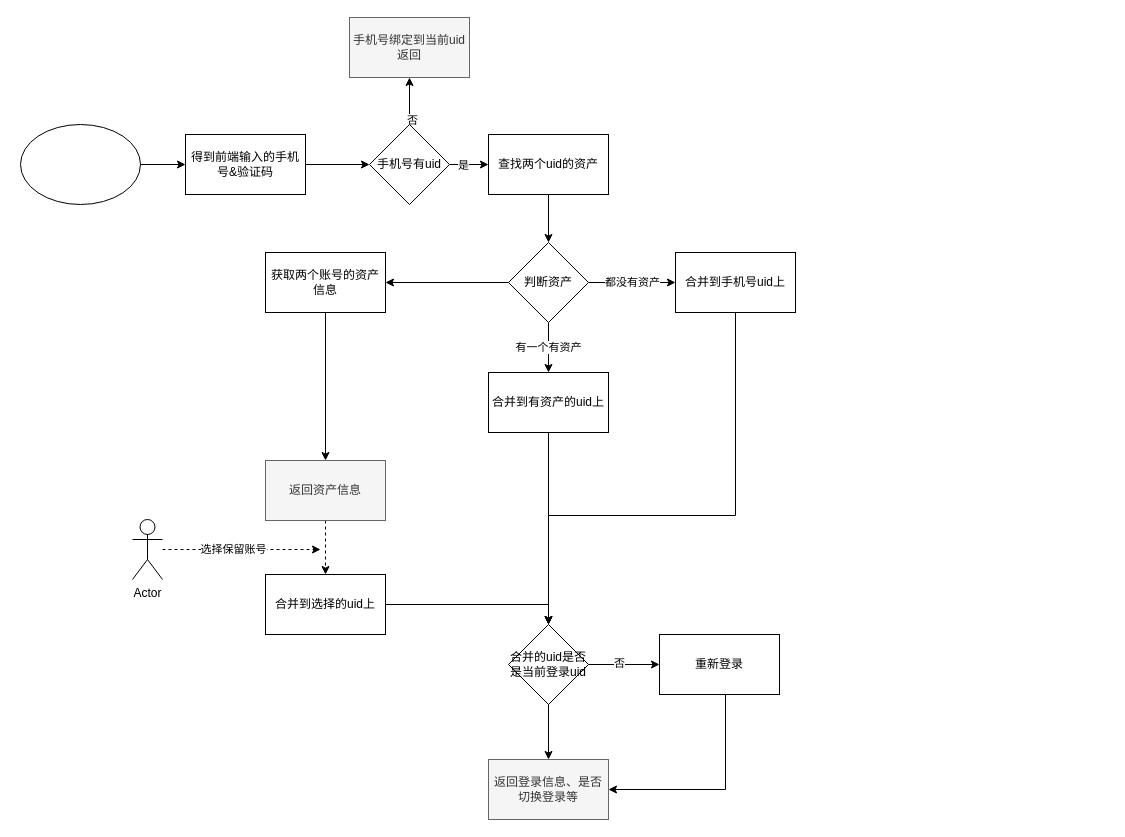
The draw.io diagram page "账号合并-微信登录态绑定手机" (7 of 9) of test.drawio in joeytang/imgs, before the edit. Source tidied: cells renumbered, new cells numbered last; positions are measured from the earlier drawing's top-left corner, leaving out a move shared by most shapes. Both pictures are drawn from the tidied source at 100%, with x=0, y=0 at pixel (20, 17).
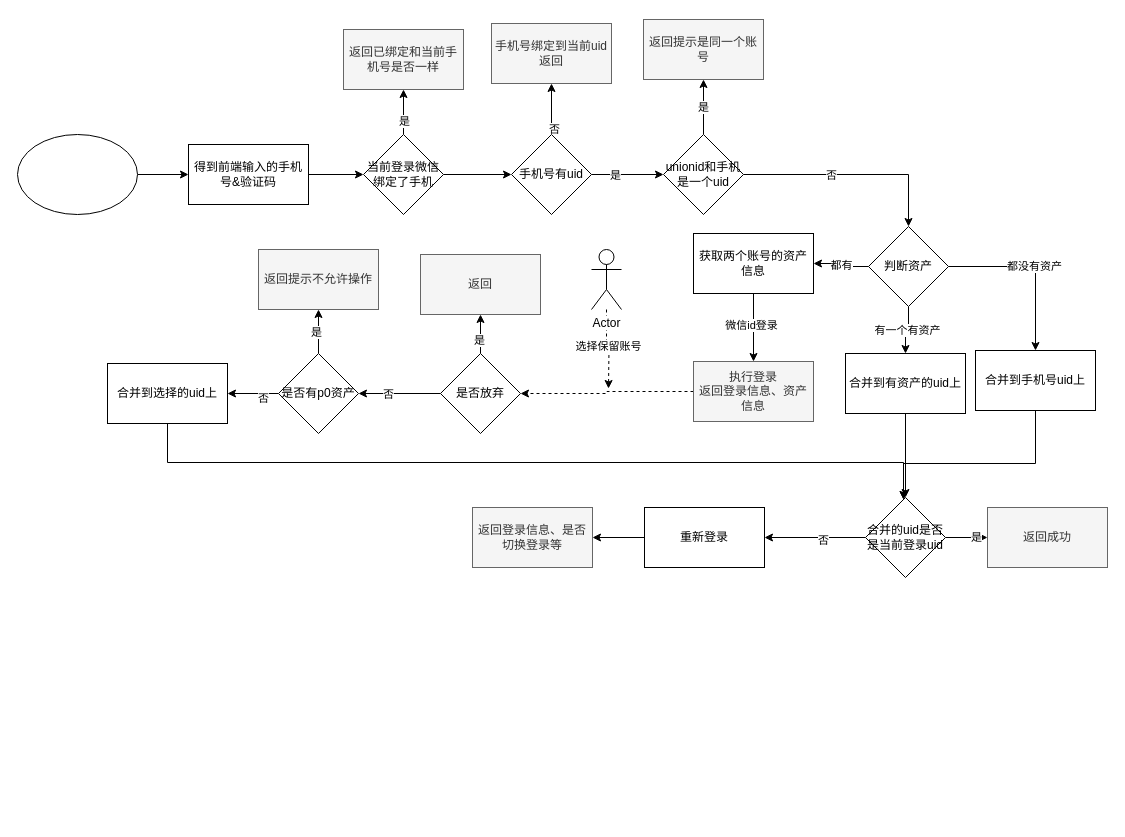
The same diagram, later.

What changed in the source:
```diff
@@
-    <mxCell id="2" style="edgeStyle=orthogonalEdgeStyle;rounded=0;jettySize=auto;html=1;" parent="1" edge="1" source="3" target="8">
+    <mxCell id="2" style="edgeStyle=orthogonalEdgeStyle;rounded=0;jettySize=auto;html=1;" parent="1" edge="1" source="3" target="46">
       <mxGeometry relative="1" as="geometry" />
     </mxCell>
     <mxCell id="3" value="得到前端输入的手机号&amp;amp;验证码" style="rounded=0;whiteSpace=wrap;html=1;align=center;" parent="1" vertex="1">
-      <mxGeometry x="165" y="117" width="120" height="60" as="geometry" />
+      <mxGeometry x="168" y="127" width="120" height="60" as="geometry" />
     </mxCell>
-    <mxCell id="4" style="edgeStyle=orthogonalEdgeStyle;rounded=0;jettySize=auto;html=1;" parent="1" edge="1" source="8" target="10">
+    <mxCell id="4" style="edgeStyle=orthogonalEdgeStyle;rounded=0;jettySize=auto;html=1;" parent="1" edge="1" source="8" target="42">
       <mxGeometry relative="1" as="geometry" />
     </mxCell>
@@
     <mxCell id="8" value="手机号有uid" style="rhombus;whiteSpace=wrap;html=1;align=center;" parent="1" vertex="1">
-      <mxGeometry x="349" y="107" width="80" height="80" as="geometry" />
+      <mxGeometry x="491" y="117" width="80" height="80" as="geometry" />
     </mxCell>
-    <mxCell id="9" style="edgeStyle=orthogonalEdgeStyle;rounded=0;jettySize=auto;html=1;entryX=0.5;entryY=0;entryDx=0;entryDy=0;" parent="1" edge="1" source="10" target="15">
-      <mxGeometry relative="1" as="geometry" />
-    </mxCell>
-    <mxCell id="10" value="查找两个uid的资产" style="rounded=0;whiteSpace=wrap;html=1;align=center;" parent="1" vertex="1">
-      <mxGeometry x="468" y="117" width="120" height="60" as="geometry" />
-    </mxCell>
     <mxCell id="11" value="手机号绑定到当前uid&lt;br&gt;返回" style="rounded=0;whiteSpace=wrap;html=1;align=center;fillColor=#f5f5f5;strokeColor=#666666;fontColor=#333333;" parent="1" vertex="1">
-      <mxGeometry x="329" width="120" height="60" as="geometry" />
+      <mxGeometry x="471" y="6" width="120" height="60" as="geometry" />
     </mxCell>
+    <mxCell id="29" style="edgeStyle=orthogonalEdgeStyle;rounded=0;jettySize=auto;html=1;" parent="1" edge="1" source="32" target="34">
+      <mxGeometry relative="1" as="geometry" />
+    </mxCell>
+    <mxCell id="30" value="否" style="edgeLabel;html=1;align=center;verticalAlign=middle;" parent="29" vertex="1">
+      <mxGeometry x="-0.15" y="2" relative="1" as="geometry" />
+    </mxCell>
+    <mxCell id="33" style="edgeStyle=orthogonalEdgeStyle;rounded=0;jettySize=auto;html=1;" parent="1" edge="1" source="34" target="35">
+      <mxGeometry relative="1" as="geometry" />
+    </mxCell>
+    <mxCell id="34" value="重新登录" style="rounded=0;whiteSpace=wrap;html=1;align=center;" parent="1" vertex="1">
+      <mxGeometry x="624" y="490" width="120" height="60" as="geometry" />
+    </mxCell>
+    <mxCell id="35" value="返回登录信息、是否切换登录等" style="rounded=0;whiteSpace=wrap;html=1;align=center;fillColor=#f5f5f5;strokeColor=#666666;fontColor=#333333;" parent="1" vertex="1">
+      <mxGeometry x="452" y="490" width="120" height="60" as="geometry" />
+    </mxCell>
+    <mxCell id="36" style="edgeStyle=orthogonalEdgeStyle;rounded=0;jettySize=auto;html=1;" parent="1" edge="1" source="37" target="3">
+      <mxGeometry relative="1" as="geometry" />
+    </mxCell>
+    <mxCell id="37" style="ellipse;whiteSpace=wrap;html=1;align=center;" parent="1" vertex="1">
+      <mxGeometry x="-3" y="117" width="120" height="80" as="geometry" />
+    </mxCell>
+    <mxCell id="38" style="edgeStyle=orthogonalEdgeStyle;rounded=0;jettySize=auto;html=1;" parent="1" edge="1" source="42" target="48">
+      <mxGeometry relative="1" as="geometry" />
+    </mxCell>
+    <mxCell id="39" value="是" style="edgeLabel;html=1;align=center;verticalAlign=middle;" parent="38" vertex="1">
+      <mxGeometry y="1" relative="1" as="geometry" />
+    </mxCell>
+    <mxCell id="40" style="edgeStyle=orthogonalEdgeStyle;rounded=0;jettySize=auto;html=1;" parent="1" edge="1" source="42" target="15">
+      <mxGeometry relative="1" as="geometry" />
+    </mxCell>
+    <mxCell id="41" value="否" style="edgeLabel;html=1;align=center;verticalAlign=middle;" parent="40" vertex="1">
+      <mxGeometry x="-0.2" relative="1" as="geometry" />
+    </mxCell>
+    <mxCell id="42" value="unionid和手机是一个uid" style="rhombus;whiteSpace=wrap;html=1;align=center;" parent="1" vertex="1">
+      <mxGeometry x="643" y="117" width="80" height="80" as="geometry" />
+    </mxCell>
+    <mxCell id="43" style="edgeStyle=orthogonalEdgeStyle;rounded=0;jettySize=auto;html=1;" parent="1" edge="1" source="46" target="8">
+      <mxGeometry relative="1" as="geometry" />
+    </mxCell>
+    <mxCell id="44" style="edgeStyle=orthogonalEdgeStyle;rounded=0;jettySize=auto;html=1;" parent="1" edge="1" source="46" target="47">
+      <mxGeometry relative="1" as="geometry" />
+    </mxCell>
+    <mxCell id="45" value="是" style="edgeLabel;html=1;align=center;verticalAlign=middle;" parent="44" vertex="1">
+      <mxGeometry x="0.16" y="3" relative="1" as="geometry">
+        <mxPoint x="3" y="12.2" as="offset" />
+      </mxGeometry>
+    </mxCell>
+    <mxCell id="46" value="当前登录微信绑定了手机" style="rhombus;whiteSpace=wrap;html=1;align=center;" parent="1" vertex="1">
+      <mxGeometry x="343" y="117" width="80" height="80" as="geometry" />
+    </mxCell>
+    <mxCell id="47" value="返回已绑定和当前手机号是否一样" style="rounded=0;whiteSpace=wrap;html=1;align=center;fillColor=#f5f5f5;strokeColor=#666666;fontColor=#333333;" parent="1" vertex="1">
+      <mxGeometry x="323" y="12" width="120" height="60" as="geometry" />
+    </mxCell>
+    <mxCell id="48" value="返回提示是同一个账号" style="rounded=0;whiteSpace=wrap;html=1;align=center;fillColor=#f5f5f5;strokeColor=#666666;fontColor=#333333;" parent="1" vertex="1">
+      <mxGeometry x="623" y="2" width="120" height="60" as="geometry" />
+    </mxCell>
@@
-    <mxCell id="13" style="edgeStyle=orthogonalEdgeStyle;rounded=0;jettySize=auto;html=1;" parent="1" edge="1" source="15" target="21">
+    <mxCell id="13" value="都有" style="edgeStyle=orthogonalEdgeStyle;rounded=0;jettySize=auto;html=1;" parent="1" edge="1" source="15" target="21">
       <mxGeometry relative="1" as="geometry" />
     </mxCell>
@@
     <mxCell id="15" value="判断资产" style="rhombus;whiteSpace=wrap;html=1;align=center;" parent="1" vertex="1">
-      <mxGeometry x="488" y="225" width="80" height="80" as="geometry" />
+      <mxGeometry x="848" y="209" width="80" height="80" as="geometry" />
     </mxCell>
     <mxCell id="16" style="edgeStyle=orthogonalEdgeStyle;rounded=0;jettySize=auto;html=1;" parent="1" edge="1" source="17" target="32">
       <mxGeometry relative="1" as="geometry">
         <Array as="points">
-          <mxPoint x="715" y="498" />
+          <mxPoint x="1015" y="446" />
+          <mxPoint x="883" y="446" />
         </Array>
       </mxGeometry>
     </mxCell>
     <mxCell id="17" value="合并到手机号uid上" style="rounded=0;whiteSpace=wrap;html=1;align=center;" parent="1" vertex="1">
-      <mxGeometry x="655" y="235" width="120" height="60" as="geometry" />
+      <mxGeometry x="955" y="333" width="120" height="60" as="geometry" />
     </mxCell>
@@
     <mxCell id="19" value="合并到有资产的uid上" style="rounded=0;whiteSpace=wrap;html=1;align=center;" parent="1" vertex="1">
-      <mxGeometry x="468" y="355" width="120" height="60" as="geometry" />
+      <mxGeometry x="825" y="336" width="120" height="60" as="geometry" />
     </mxCell>
-    <mxCell id="20" style="edgeStyle=orthogonalEdgeStyle;rounded=0;jettySize=auto;html=1;" parent="1" edge="1" source="21" target="23">
-      <mxGeometry relative="1" as="geometry" />
-    </mxCell>
+    <mxCell id="49" style="edgeStyle=orthogonalEdgeStyle;rounded=0;jettySize=auto;html=1;" parent="1" edge="1" source="21" target="52">
+      <mxGeometry relative="1" as="geometry" />
+    </mxCell>
+    <mxCell id="50" value="微信id登录" style="edgeLabel;html=1;align=center;verticalAlign=middle;" parent="49" vertex="1">
+      <mxGeometry x="-0.09" y="-3" relative="1" as="geometry" />
+    </mxCell>
     <mxCell id="21" value="获取两个账号的资产信息" style="rounded=0;whiteSpace=wrap;html=1;align=center;" parent="1" vertex="1">
-      <mxGeometry x="245" y="235" width="120" height="60" as="geometry" />
+      <mxGeometry x="673" y="216" width="120" height="60" as="geometry" />
     </mxCell>
-    <mxCell id="22" style="edgeStyle=orthogonalEdgeStyle;rounded=0;jettySize=auto;html=1;dashed=1;" parent="1" edge="1" source="23" target="28">
-      <mxGeometry relative="1" as="geometry" />
-    </mxCell>
-    <mxCell id="23" value="返回资产信息" style="rounded=0;whiteSpace=wrap;html=1;align=center;fillColor=#f5f5f5;strokeColor=#666666;fontColor=#333333;" parent="1" vertex="1">
-      <mxGeometry x="245" y="443" width="120" height="60" as="geometry" />
-    </mxCell>
-    <mxCell id="24" style="edgeStyle=orthogonalEdgeStyle;rounded=0;jettySize=auto;html=1;dashed=1;" parent="1" edge="1" source="26">
-      <mxGeometry relative="1" as="geometry">
-        <mxPoint x="300" y="532" as="targetPoint" />
-      </mxGeometry>
-    </mxCell>
+    <mxCell id="51" style="edgeStyle=orthogonalEdgeStyle;rounded=0;jettySize=auto;html=1;dashed=1;" parent="1" edge="1" source="52" target="60">
+      <mxGeometry relative="1" as="geometry" />
+    </mxCell>
+    <mxCell id="52" value="执行登录&lt;br&gt;返回登录信息、资产信息" style="rounded=0;whiteSpace=wrap;html=1;align=center;fillColor=#f5f5f5;strokeColor=#666666;fontColor=#333333;" parent="1" vertex="1">
+      <mxGeometry x="673" y="344" width="120" height="60" as="geometry" />
+    </mxCell>
+    <mxCell id="53" style="edgeStyle=orthogonalEdgeStyle;rounded=0;jettySize=auto;html=1;dashed=1;" parent="1" edge="1" source="26">
+      <mxGeometry relative="1" as="geometry">
+        <mxPoint x="588" y="371" as="targetPoint" />
+      </mxGeometry>
+    </mxCell>
-    <mxCell id="25" value="选择保留账号" style="edgeLabel;html=1;align=center;verticalAlign=middle;" parent="24" vertex="1">
+    <mxCell id="25" value="选择保留账号" style="edgeLabel;html=1;align=center;verticalAlign=middle;" parent="53" vertex="1">
       <mxGeometry x="-0.12" y="1" relative="1" as="geometry" />
     </mxCell>
     <mxCell id="26" value="Actor" style="shape=umlActor;verticalLabelPosition=bottom;labelBackgroundColor=#ffffff;verticalAlign=top;html=1;outlineConnect=0;align=center;" parent="1" vertex="1">
-      <mxGeometry x="112" y="502" width="30" height="60" as="geometry" />
+      <mxGeometry x="571" y="232" width="30" height="60" as="geometry" />
     </mxCell>
-    <mxCell id="27" style="edgeStyle=orthogonalEdgeStyle;rounded=0;jettySize=auto;html=1;entryX=0.5;entryY=0;entryDx=0;entryDy=0;" parent="1" edge="1" source="28" target="32">
-      <mxGeometry relative="1" as="geometry" />
+    <mxCell id="27" style="edgeStyle=orthogonalEdgeStyle;rounded=0;jettySize=auto;html=1;exitX=0.5;exitY=1;exitDx=0;exitDy=0;" parent="1" edge="1" source="28" target="32">
+      <mxGeometry relative="1" as="geometry">
+        <Array as="points">
+          <mxPoint x="147" y="445" />
+          <mxPoint x="883" y="445" />
+        </Array>
+      </mxGeometry>
     </mxCell>
     <mxCell id="28" value="合并到选择的uid上" style="rounded=0;whiteSpace=wrap;html=1;align=center;" parent="1" vertex="1">
-      <mxGeometry x="245" y="557" width="120" height="60" as="geometry" />
+      <mxGeometry x="87" y="346" width="120" height="60" as="geometry" />
     </mxCell>
-    <mxCell id="29" style="edgeStyle=orthogonalEdgeStyle;rounded=0;jettySize=auto;html=1;" parent="1" edge="1" source="32" target="34">
-      <mxGeometry relative="1" as="geometry" />
-    </mxCell>
-    <mxCell id="30" value="否" style="edgeLabel;html=1;align=center;verticalAlign=middle;" parent="29" vertex="1">
-      <mxGeometry x="-0.15" y="2" relative="1" as="geometry" />
-    </mxCell>
-    <mxCell id="31" style="edgeStyle=orthogonalEdgeStyle;rounded=0;jettySize=auto;html=1;" parent="1" edge="1" source="32" target="35">
-      <mxGeometry relative="1" as="geometry" />
-    </mxCell>
+    <mxCell id="54" style="edgeStyle=orthogonalEdgeStyle;rounded=0;jettySize=auto;html=1;" parent="1" edge="1" source="32" target="62">
+      <mxGeometry relative="1" as="geometry" />
+    </mxCell>
+    <mxCell id="55" value="是" style="edgeLabel;html=1;align=center;verticalAlign=middle;" parent="54" vertex="1">
+      <mxGeometry x="0.38" y="1" relative="1" as="geometry">
+        <mxPoint x="1" as="offset" />
+      </mxGeometry>
+    </mxCell>
     <mxCell id="32" value="合并的uid是否是当前登录uid" style="rhombus;whiteSpace=wrap;html=1;align=center;" parent="1" vertex="1">
-      <mxGeometry x="488" y="607" width="80" height="80" as="geometry" />
+      <mxGeometry x="845" y="480" width="80" height="80" as="geometry" />
     </mxCell>
-    <mxCell id="33" style="edgeStyle=orthogonalEdgeStyle;rounded=0;jettySize=auto;html=1;entryX=1;entryY=0.5;entryDx=0;entryDy=0;" parent="1" edge="1" source="34" target="35">
-      <mxGeometry relative="1" as="geometry">
-        <Array as="points">
-          <mxPoint x="705" y="772" />
-        </Array>
-      </mxGeometry>
-    </mxCell>
-    <mxCell id="34" value="重新登录" style="rounded=0;whiteSpace=wrap;html=1;align=center;" parent="1" vertex="1">
-      <mxGeometry x="639" y="617" width="120" height="60" as="geometry" />
-    </mxCell>
-    <mxCell id="35" value="返回登录信息、是否切换登录等" style="rounded=0;whiteSpace=wrap;html=1;align=center;fillColor=#f5f5f5;strokeColor=#666666;fontColor=#333333;" parent="1" vertex="1">
-      <mxGeometry x="468" y="742" width="120" height="60" as="geometry" />
-    </mxCell>
-    <mxCell id="36" style="edgeStyle=orthogonalEdgeStyle;rounded=0;jettySize=auto;html=1;" parent="1" edge="1" source="37" target="3">
-      <mxGeometry relative="1" as="geometry" />
-    </mxCell>
-    <mxCell id="37" style="ellipse;whiteSpace=wrap;html=1;align=center;" parent="1" vertex="1">
-      <mxGeometry y="107" width="120" height="80" as="geometry" />
-    </mxCell>
+    <mxCell id="56" style="edgeStyle=orthogonalEdgeStyle;rounded=0;jettySize=auto;html=1;" parent="1" edge="1" source="60" target="67">
+      <mxGeometry relative="1" as="geometry" />
+    </mxCell>
+    <mxCell id="57" value="否" style="edgeLabel;html=1;align=center;verticalAlign=middle;" parent="56" vertex="1">
+      <mxGeometry x="0.2" y="4" relative="1" as="geometry">
+        <mxPoint x="-4" y="-4" as="offset" />
+      </mxGeometry>
+    </mxCell>
+    <mxCell id="58" style="edgeStyle=orthogonalEdgeStyle;rounded=0;jettySize=auto;html=1;" parent="1" edge="1" source="60" target="61">
+      <mxGeometry relative="1" as="geometry" />
+    </mxCell>
+    <mxCell id="59" value="是" style="edgeLabel;html=1;align=center;verticalAlign=middle;" parent="58" vertex="1">
+      <mxGeometry x="-0.33" y="2" relative="1" as="geometry" />
+    </mxCell>
+    <mxCell id="60" value="是否放弃" style="rhombus;whiteSpace=wrap;html=1;align=center;" parent="1" vertex="1">
+      <mxGeometry x="420" y="336" width="80" height="80" as="geometry" />
+    </mxCell>
+    <mxCell id="61" value="返回" style="rounded=0;whiteSpace=wrap;html=1;align=center;fillColor=#f5f5f5;strokeColor=#666666;fontColor=#333333;" parent="1" vertex="1">
+      <mxGeometry x="400" y="237" width="120" height="60" as="geometry" />
+    </mxCell>
+    <mxCell id="62" value="返回成功" style="rounded=0;whiteSpace=wrap;html=1;align=center;fillColor=#f5f5f5;strokeColor=#666666;fontColor=#333333;" parent="1" vertex="1">
+      <mxGeometry x="967" y="490" width="120" height="60" as="geometry" />
+    </mxCell>
+    <mxCell id="63" style="edgeStyle=orthogonalEdgeStyle;rounded=0;jettySize=auto;html=1;" parent="1" edge="1" source="67" target="68">
+      <mxGeometry relative="1" as="geometry" />
+    </mxCell>
+    <mxCell id="64" value="是" style="edgeLabel;html=1;align=center;verticalAlign=middle;" parent="63" vertex="1">
+      <mxGeometry x="0.02" y="3" relative="1" as="geometry" />
+    </mxCell>
+    <mxCell id="65" style="edgeStyle=orthogonalEdgeStyle;rounded=0;jettySize=auto;html=1;" parent="1" edge="1" source="67" target="28">
+      <mxGeometry relative="1" as="geometry" />
+    </mxCell>
+    <mxCell id="66" value="否" style="edgeLabel;html=1;align=center;verticalAlign=middle;" parent="65" vertex="1">
+      <mxGeometry x="-0.38" y="4" relative="1" as="geometry" />
+    </mxCell>
+    <mxCell id="67" value="是否有p0资产" style="rhombus;whiteSpace=wrap;html=1;align=center;" parent="1" vertex="1">
+      <mxGeometry x="258" y="336" width="80" height="80" as="geometry" />
+    </mxCell>
+    <mxCell id="68" value="返回提示不允许操作" style="rounded=0;whiteSpace=wrap;html=1;align=center;fillColor=#f5f5f5;strokeColor=#666666;fontColor=#333333;" parent="1" vertex="1">
+      <mxGeometry x="238" y="232" width="120" height="60" as="geometry" />
+    </mxCell>
```
